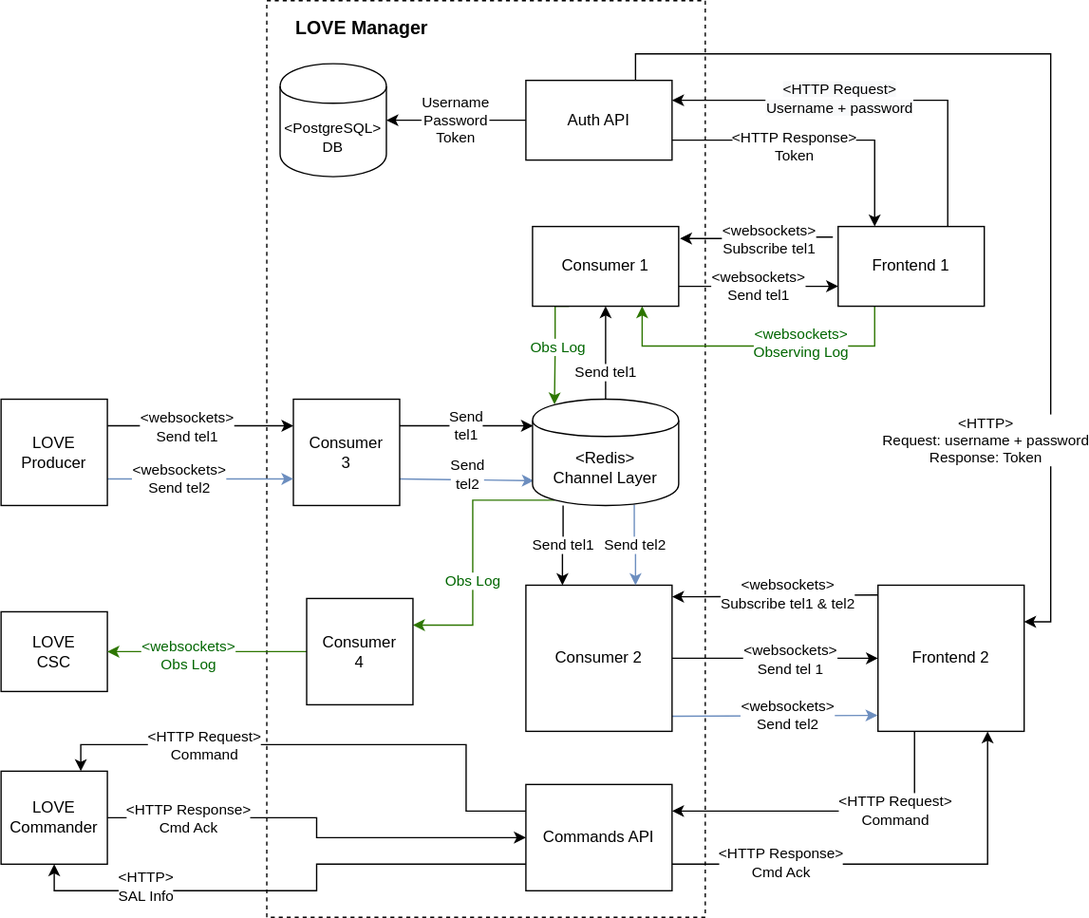
Earlier version of the draw.io export docsrc/source/assets/Manager_Details.svg (lsst-ts/LOVE-manager). Source tidied: cells renumbered, new cells last; positions are measured from the earlier drawing's top-left corner, leaving out a move shared by most shapes.
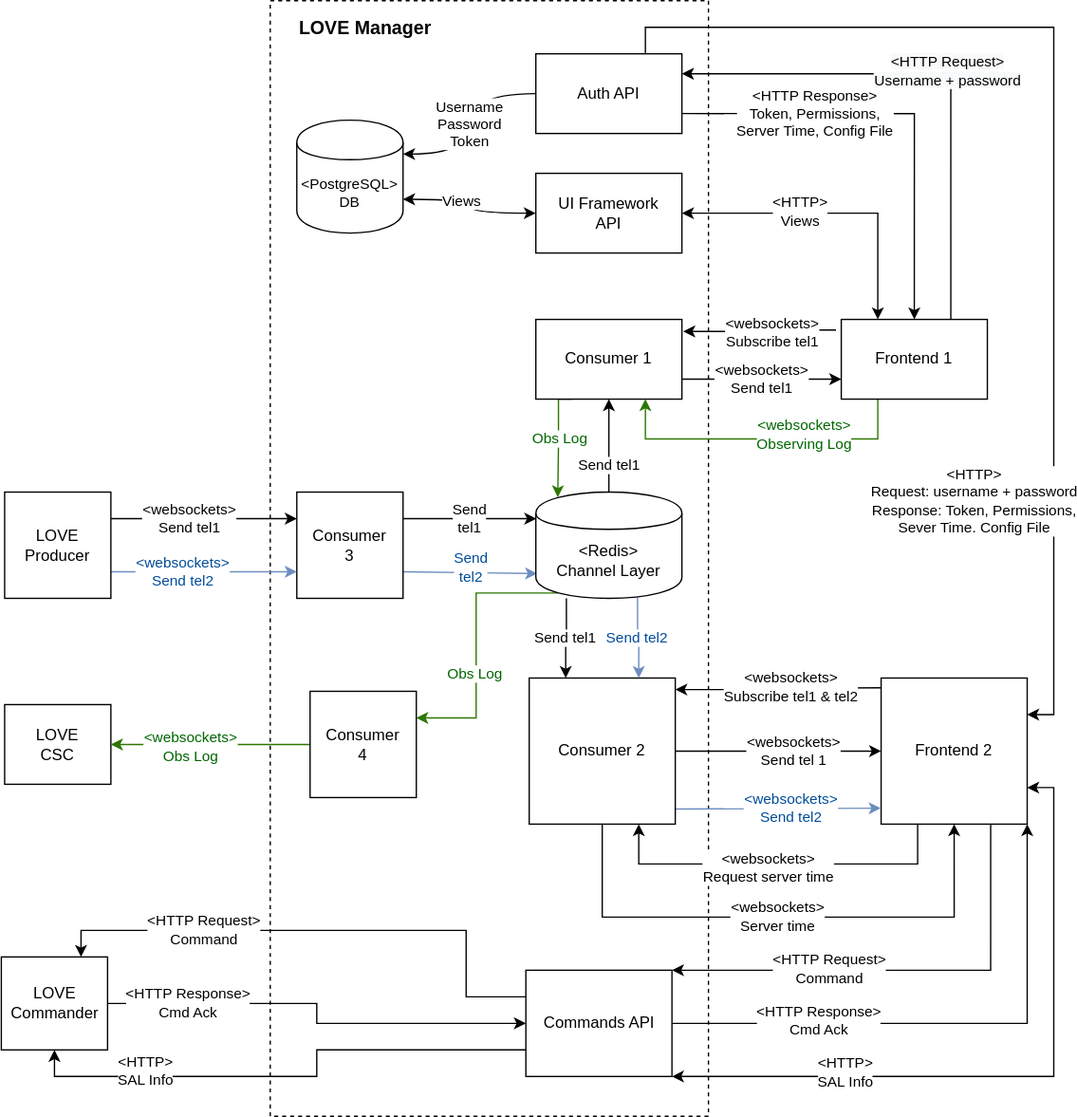
After the change.

Change to the diagram source:
```diff
@@ -3,7 +3,7 @@
     <mxCell id="0" />
     <mxCell id="1" parent="0" />
     <mxCell id="2" style="rounded=0;whiteSpace=wrap;html=1;fontSize=11;fillColor=none;dashed=1;" parent="1" vertex="1">
-      <mxGeometry x="200" width="330" height="690" as="geometry" />
+      <mxGeometry x="200" y="-70" width="330" height="840" as="geometry" />
     </mxCell>
     <mxCell id="3" style="edgeStyle=orthogonalEdgeStyle;rounded=0;jettySize=auto;html=1;exitX=-0.036;exitY=0.133;exitDx=0;exitDy=0;entryX=1.009;entryY=0.15;entryDx=0;entryDy=0;entryPerimeter=0;exitPerimeter=0;" parent="1" edge="1" source="9" target="13">
       <mxGeometry relative="1" as="geometry" />
@@ -16,7 +16,7 @@
     </mxCell>
     <mxCell id="6" value="&lt;span style=&quot;text-align: left ; background-color: rgb(248 , 249 , 250)&quot;&gt;&amp;lt;HTTP Request&amp;gt;&lt;br&gt;Username + password&lt;/span&gt;" style="edgeLabel;html=1;align=center;verticalAlign=middle;" parent="5" vertex="1">
       <mxGeometry x="0.01" y="-2" relative="1" as="geometry">
-        <mxPoint x="-24.5" as="offset" />
+        <mxPoint x="8.6" as="offset" />
       </mxGeometry>
     </mxCell>
     <mxCell id="7" style="edgeStyle=orthogonalEdgeStyle;rounded=0;jettySize=auto;html=1;entryX=0.75;entryY=1;entryDx=0;entryDy=0;exitX=0.25;exitY=1;exitDx=0;exitDy=0;fillColor=#60a917;strokeColor=#2D7600;" parent="1" edge="1" source="9" target="13">
@@ -60,14 +60,40 @@
         <mxPoint x="-7" as="offset" />
       </mxGeometry>
     </mxCell>
-    <mxCell id="16" style="edgeStyle=orthogonalEdgeStyle;rounded=0;jettySize=auto;html=1;entryX=1;entryY=0.25;entryDx=0;entryDy=0;exitX=0.25;exitY=1;exitDx=0;exitDy=0;" parent="1" edge="1" source="18" target="51">
-      <mxGeometry relative="1" as="geometry" />
+    <mxCell id="16" style="edgeStyle=orthogonalEdgeStyle;rounded=0;jettySize=auto;html=1;entryX=1;entryY=0;entryDx=0;entryDy=0;exitX=0.75;exitY=1;exitDx=0;exitDy=0;" parent="1" edge="1" source="18" target="51">
+      <mxGeometry relative="1" as="geometry">
+        <Array as="points">
+          <mxPoint x="742" y="660" />
+        </Array>
+      </mxGeometry>
     </mxCell>
     <mxCell id="17" value="&amp;lt;HTTP Request&amp;gt;&lt;br&gt;Command" style="edgeLabel;html=1;align=center;verticalAlign=middle;" parent="16" vertex="1">
       <mxGeometry x="-0.01" y="-1" relative="1" as="geometry">
-        <mxPoint x="44.8" as="offset" />
+        <mxPoint x="-58.5" as="offset" />
       </mxGeometry>
     </mxCell>
+    <mxCell id="59" style="edgeStyle=orthogonalEdgeStyle;rounded=0;jettySize=auto;html=1;exitX=0.25;exitY=1;exitDx=0;exitDy=0;entryX=0.75;entryY=1;entryDx=0;entryDy=0;" parent="1" edge="1" source="18" target="23">
+      <mxGeometry relative="1" as="geometry">
+        <Array as="points">
+          <mxPoint x="688" y="580" />
+          <mxPoint x="478" y="580" />
+        </Array>
+      </mxGeometry>
+    </mxCell>
+    <mxCell id="60" value="&amp;lt;websockets&amp;gt;&lt;br&gt;Request server time" style="edgeLabel;html=1;align=center;verticalAlign=middle;" parent="59" vertex="1">
+      <mxGeometry x="0.06" y="3" relative="1" as="geometry" />
+    </mxCell>
+    <mxCell id="61" style="edgeStyle=orthogonalEdgeStyle;rounded=0;jettySize=auto;html=1;exitX=1;exitY=0.75;exitDx=0;exitDy=0;entryX=1;entryY=1;entryDx=0;entryDy=0;startArrow=classic;startFill=1;" parent="1" edge="1" source="18" target="51">
+      <mxGeometry relative="1" as="geometry">
+        <Array as="points">
+          <mxPoint x="790" y="522" />
+          <mxPoint x="790" y="740" />
+        </Array>
+      </mxGeometry>
+    </mxCell>
+    <mxCell id="62" value="&amp;lt;HTTP&amp;gt;&lt;br&gt;SAL Info" style="edgeLabel;html=1;align=center;verticalAlign=middle;" parent="61" vertex="1">
+      <mxGeometry x="0.51" y="-3" relative="1" as="geometry" />
+    </mxCell>
     <mxCell id="18" value="Frontend 2" style="rounded=0;whiteSpace=wrap;html=1;" parent="1" vertex="1">
       <mxGeometry x="660" y="440" width="110" height="110" as="geometry" />
     </mxCell>
@@ -82,35 +108,47 @@
     <mxCell id="21" style="edgeStyle=none;rounded=0;jettySize=auto;html=1;exitX=0.988;exitY=0.897;exitDx=0;exitDy=0;entryX=-0.003;entryY=0.891;entryDx=0;entryDy=0;fontSize=11;fillColor=#dae8fc;strokeColor=#6c8ebf;entryPerimeter=0;exitPerimeter=0;" parent="1" edge="1" source="23" target="18">
       <mxGeometry relative="1" as="geometry" />
     </mxCell>
-    <mxCell id="22" value="&amp;lt;websockets&amp;gt;&lt;br&gt;Send tel2" style="text;html=1;align=center;verticalAlign=middle;labelBackgroundColor=#ffffff;fontSize=11;" parent="21" vertex="1">
+    <mxCell id="22" value="&lt;font color=&quot;#004c99&quot;&gt;&amp;lt;websockets&amp;gt;&lt;br&gt;Send tel2&lt;/font&gt;" style="text;html=1;align=center;verticalAlign=middle;labelBackgroundColor=#ffffff;fontSize=11;" parent="21" vertex="1">
       <mxGeometry x="0.13" y="2" relative="1" as="geometry">
         <mxPoint y="1" as="offset" />
       </mxGeometry>
     </mxCell>
+    <mxCell id="63" value="&amp;lt;websockets&amp;gt;&lt;br&gt;Server time" style="edgeStyle=orthogonalEdgeStyle;rounded=0;jettySize=auto;html=1;exitX=0.5;exitY=1;exitDx=0;exitDy=0;entryX=0.5;entryY=1;entryDx=0;entryDy=0;" parent="1" edge="1" source="23" target="18">
+      <mxGeometry relative="1" as="geometry">
+        <Array as="points">
+          <mxPoint x="450" y="620" />
+          <mxPoint x="715" y="620" />
+        </Array>
+      </mxGeometry>
+    </mxCell>
     <mxCell id="23" value="Consumer 2" style="rounded=0;whiteSpace=wrap;html=1;" parent="1" vertex="1">
       <mxGeometry x="395" y="440" width="110" height="110" as="geometry" />
     </mxCell>
-    <mxCell id="24" value="&amp;lt;HTTP Response&amp;gt;&lt;br&gt;Token" style="edgeStyle=orthogonalEdgeStyle;rounded=0;jettySize=auto;html=1;exitX=1;exitY=0.75;exitDx=0;exitDy=0;entryX=0.25;entryY=0;entryDx=0;entryDy=0;fontSize=11;" parent="1" edge="1" source="28" target="9">
-      <mxGeometry x="-0.15" y="-5" relative="1" as="geometry" />
+    <mxCell id="24" value="&amp;lt;HTTP Response&amp;gt;&lt;br&gt;Token,&amp;nbsp;Permissions,&lt;br&gt;Server Time, Config File" style="edgeStyle=orthogonalEdgeStyle;rounded=0;jettySize=auto;html=1;exitX=1;exitY=0.75;exitDx=0;exitDy=0;entryX=0.5;entryY=0;entryDx=0;entryDy=0;fontSize=11;" parent="1" edge="1" source="28" target="9">
+      <mxGeometry x="-0.39" relative="1" as="geometry">
+        <Array as="points">
+          <mxPoint x="685" y="15" />
+        </Array>
+      </mxGeometry>
     </mxCell>
-    <mxCell id="25" value="Username&lt;br&gt;Password&lt;br&gt;Token" style="edgeStyle=orthogonalEdgeStyle;curved=1;rounded=0;jettySize=auto;html=1;entryX=1;entryY=0.5;entryDx=0;entryDy=0;fontSize=11;" parent="1" edge="1" source="28" target="35">
+    <mxCell id="25" value="Username&lt;br&gt;Password&lt;br&gt;Token" style="edgeStyle=orthogonalEdgeStyle;curved=1;rounded=0;jettySize=auto;html=1;entryX=1;entryY=0.3;entryDx=0;entryDy=0;fontSize=11;" parent="1" edge="1" source="28" target="35">
       <mxGeometry relative="1" as="geometry" />
     </mxCell>
     <mxCell id="26" style="edgeStyle=orthogonalEdgeStyle;rounded=0;jettySize=auto;html=1;exitX=0.75;exitY=0;exitDx=0;exitDy=0;entryX=1;entryY=0.25;entryDx=0;entryDy=0;" parent="1" edge="1" source="28" target="18">
       <mxGeometry relative="1" as="geometry" />
     </mxCell>
-    <mxCell id="27" value="&amp;lt;HTTP&amp;gt;&lt;br&gt;Request: username + password&lt;br&gt;Response: Token" style="edgeLabel;html=1;align=center;verticalAlign=middle;" parent="26" vertex="1">
+    <mxCell id="27" value="&amp;lt;HTTP&amp;gt;&lt;br&gt;Request: username + password&lt;br&gt;Response: Token, Permissions,&lt;br&gt;Sever Time. Config File" style="edgeLabel;html=1;align=center;verticalAlign=middle;" parent="26" vertex="1">
       <mxGeometry x="0.46" y="-2" relative="1" as="geometry">
-        <mxPoint x="-48" y="53.5" as="offset" />
+        <mxPoint x="-58" y="53.5" as="offset" />
       </mxGeometry>
     </mxCell>
     <mxCell id="28" value="Auth API" style="rounded=0;whiteSpace=wrap;html=1;" parent="1" vertex="1">
-      <mxGeometry x="395" y="60" width="110" height="60" as="geometry" />
+      <mxGeometry x="400" y="-30" width="110" height="60" as="geometry" />
     </mxCell>
     <mxCell id="29" value="Send tel1" style="edgeStyle=orthogonalEdgeStyle;rounded=0;jettySize=auto;html=1;fontSize=11;exitX=0.5;exitY=0;exitDx=0;exitDy=0;entryX=0.5;entryY=1;entryDx=0;entryDy=0;" parent="1" edge="1" source="44" target="13">
       <mxGeometry x="-0.43" relative="1" as="geometry" />
     </mxCell>
-    <mxCell id="30" value="Send tel2" style="edgeStyle=orthogonalEdgeStyle;rounded=0;jettySize=auto;html=1;fontSize=11;entryX=0.75;entryY=0;entryDx=0;entryDy=0;exitX=0.696;exitY=0.992;exitDx=0;exitDy=0;fillColor=#dae8fc;strokeColor=#6c8ebf;exitPerimeter=0;" parent="1" edge="1" source="44" target="23">
+    <mxCell id="30" value="&lt;font color=&quot;#004c99&quot;&gt;Send tel2&lt;/font&gt;" style="edgeStyle=orthogonalEdgeStyle;rounded=0;jettySize=auto;html=1;fontSize=11;entryX=0.75;entryY=0;entryDx=0;entryDy=0;exitX=0.696;exitY=0.992;exitDx=0;exitDy=0;fillColor=#dae8fc;strokeColor=#6c8ebf;exitPerimeter=0;" parent="1" edge="1" source="44" target="23">
       <mxGeometry relative="1" as="geometry" />
     </mxCell>
     <mxCell id="31" value="Send&lt;br&gt;tel1" style="edgeStyle=orthogonalEdgeStyle;rounded=0;jettySize=auto;html=1;fontSize=11;entryX=0.003;entryY=0.25;entryDx=0;entryDy=0;exitX=1;exitY=0.25;exitDx=0;exitDy=0;entryPerimeter=0;" parent="1" edge="1" source="34" target="44">
@@ -119,7 +157,7 @@
     <mxCell id="32" style="edgeStyle=none;rounded=0;jettySize=auto;html=1;exitX=1;exitY=0.75;exitDx=0;exitDy=0;entryX=0.009;entryY=0.767;entryDx=0;entryDy=0;fontSize=11;fillColor=#dae8fc;strokeColor=#6c8ebf;entryPerimeter=0;" parent="1" edge="1" source="34" target="44">
       <mxGeometry relative="1" as="geometry" />
     </mxCell>
-    <mxCell id="33" value="Send&lt;br&gt;tel2" style="text;html=1;align=center;verticalAlign=middle;labelBackgroundColor=#ffffff;fontSize=11;" parent="32" vertex="1">
+    <mxCell id="33" value="&lt;font color=&quot;#004c99&quot;&gt;Send&lt;br&gt;tel2&lt;/font&gt;" style="text;html=1;align=center;verticalAlign=middle;labelBackgroundColor=#ffffff;fontSize=11;" parent="32" vertex="1">
       <mxGeometry x="0.22" y="4" relative="1" as="geometry">
         <mxPoint x="-11.4" as="offset" />
       </mxGeometry>
@@ -128,10 +166,10 @@
       <mxGeometry x="220" y="300" width="80" height="80" as="geometry" />
     </mxCell>
     <mxCell id="35" value="&amp;lt;PostgreSQL&amp;gt;&lt;br&gt;DB" style="shape=cylinder;whiteSpace=wrap;html=1;boundedLbl=1;backgroundOutline=1;fontSize=11;" parent="1" vertex="1">
-      <mxGeometry x="210" y="47.5" width="80" height="85" as="geometry" />
+      <mxGeometry x="220" y="20" width="80" height="85" as="geometry" />
     </mxCell>
     <mxCell id="36" value="&lt;b&gt;&lt;font style=&quot;font-size: 14px&quot;&gt;LOVE Manager&lt;/font&gt;&lt;/b&gt;" style="text;html=1;align=left;verticalAlign=top;spacingTop=-4;fontSize=11;" parent="1" vertex="1">
-      <mxGeometry x="220" y="10" width="120" height="20" as="geometry" />
+      <mxGeometry x="220" y="-60" width="120" height="20" as="geometry" />
     </mxCell>
     <mxCell id="37" style="rounded=0;jettySize=auto;html=1;entryX=0;entryY=0.25;entryDx=0;entryDy=0;fontSize=11;exitX=1;exitY=0.25;exitDx=0;exitDy=0;" parent="1" edge="1" source="40" target="34">
       <mxGeometry relative="1" as="geometry" />
@@ -141,7 +179,7 @@
         <mxPoint x="-23" y="1" as="offset" />
       </mxGeometry>
     </mxCell>
-    <mxCell id="39" value="&amp;lt;websockets&amp;gt;&lt;br&gt;Send tel2" style="edgeStyle=none;rounded=0;jettySize=auto;html=1;exitX=1;exitY=0.75;exitDx=0;exitDy=0;entryX=0;entryY=0.75;entryDx=0;entryDy=0;fontSize=11;fillColor=#dae8fc;strokeColor=#6c8ebf;" parent="1" edge="1" source="40" target="34">
+    <mxCell id="39" value="&lt;font color=&quot;#004c99&quot;&gt;&amp;lt;websockets&amp;gt;&lt;br&gt;Send tel2&lt;/font&gt;" style="edgeStyle=none;rounded=0;jettySize=auto;html=1;exitX=1;exitY=0.75;exitDx=0;exitDy=0;entryX=0;entryY=0.75;entryDx=0;entryDy=0;fontSize=11;fillColor=#dae8fc;strokeColor=#6c8ebf;" parent="1" edge="1" source="40" target="34">
       <mxGeometry x="-0.23" relative="1" as="geometry" />
     </mxCell>
     <mxCell id="40" value="LOVE Producer" style="rounded=0;whiteSpace=wrap;html=1;" parent="1" vertex="1">
@@ -161,7 +199,7 @@
     <mxCell id="44" value="&lt;span&gt;&amp;lt;Redis&amp;gt;&lt;/span&gt;&lt;br&gt;&lt;span&gt;Channel Layer&lt;/span&gt;" style="shape=cylinder;whiteSpace=wrap;html=1;boundedLbl=1;backgroundOutline=1;" parent="1" vertex="1">
       <mxGeometry x="400" y="300" width="110" height="80" as="geometry" />
     </mxCell>
-    <mxCell id="45" style="edgeStyle=orthogonalEdgeStyle;rounded=0;jettySize=auto;html=1;exitX=1;exitY=0.75;exitDx=0;exitDy=0;entryX=0.75;entryY=1;entryDx=0;entryDy=0;" parent="1" edge="1" source="51" target="18">
+    <mxCell id="45" style="edgeStyle=orthogonalEdgeStyle;rounded=0;jettySize=auto;html=1;exitX=1;exitY=0.5;exitDx=0;exitDy=0;entryX=1;entryY=1;entryDx=0;entryDy=0;" parent="1" edge="1" source="51" target="18">
       <mxGeometry relative="1" as="geometry" />
     </mxCell>
     <mxCell id="46" value="&amp;lt;HTTP Response&amp;gt;&lt;br&gt;Cmd Ack" style="edgeLabel;html=1;align=center;verticalAlign=middle;" parent="45" vertex="1">
@@ -172,9 +210,9 @@
     <mxCell id="47" style="edgeStyle=orthogonalEdgeStyle;rounded=0;jettySize=auto;html=1;exitX=0;exitY=0.25;exitDx=0;exitDy=0;entryX=0.75;entryY=0;entryDx=0;entryDy=0;" parent="1" edge="1" source="51" target="54">
       <mxGeometry relative="1" as="geometry">
         <Array as="points">
-          <mxPoint x="350" y="610" />
-          <mxPoint x="350" y="560" />
-          <mxPoint x="60" y="560" />
+          <mxPoint x="347.5" y="680" />
+          <mxPoint x="347.5" y="630" />
+          <mxPoint x="57.5" y="630" />
         </Array>
       </mxGeometry>
     </mxCell>
@@ -190,7 +228,7 @@
       <mxGeometry x="0.55" y="-4" relative="1" as="geometry" />
     </mxCell>
     <mxCell id="51" value="Commands API" style="rounded=0;whiteSpace=wrap;html=1;" parent="1" vertex="1">
-      <mxGeometry x="395" y="590" width="110" height="80" as="geometry" />
+      <mxGeometry x="392.5" y="660" width="110" height="80" as="geometry" />
     </mxCell>
     <mxCell id="52" style="edgeStyle=orthogonalEdgeStyle;rounded=0;jettySize=auto;html=1;exitX=1;exitY=0.5;exitDx=0;exitDy=0;entryX=0;entryY=0.5;entryDx=0;entryDy=0;" parent="1" edge="1" source="54" target="51">
       <mxGeometry relative="1" as="geometry" />
@@ -201,7 +239,7 @@
       </mxGeometry>
     </mxCell>
     <mxCell id="54" value="LOVE Commander" style="rounded=0;whiteSpace=wrap;html=1;" parent="1" vertex="1">
-      <mxGeometry y="580" width="80" height="70" as="geometry" />
+      <mxGeometry x="-2.5" y="650" width="80" height="70" as="geometry" />
     </mxCell>
     <mxCell id="55" value="LOVE&lt;br&gt;CSC" style="rounded=0;whiteSpace=wrap;html=1;" parent="1" vertex="1">
       <mxGeometry y="460" width="80" height="60" as="geometry" />
@@ -215,5 +253,20 @@
     <mxCell id="58" value="Consumer&lt;br&gt;4" style="rounded=0;whiteSpace=wrap;html=1;" parent="1" vertex="1">
       <mxGeometry x="230" y="450" width="80" height="80" as="geometry" />
     </mxCell>
+    <mxCell id="64" style="edgeStyle=orthogonalEdgeStyle;rounded=0;jettySize=auto;html=1;exitX=1;exitY=0.5;exitDx=0;exitDy=0;entryX=0.25;entryY=0;entryDx=0;entryDy=0;startArrow=classic;startFill=1;" parent="1" edge="1" source="68" target="9">
+      <mxGeometry relative="1" as="geometry" />
+    </mxCell>
+    <mxCell id="65" value="&amp;lt;HTTP&amp;gt;&lt;br&gt;Views" style="edgeLabel;html=1;align=center;verticalAlign=middle;" parent="64" vertex="1">
+      <mxGeometry x="-0.22" y="1" relative="1" as="geometry" />
+    </mxCell>
+    <mxCell id="66" style="edgeStyle=orthogonalEdgeStyle;rounded=0;jettySize=auto;html=1;exitX=0;exitY=0.5;exitDx=0;exitDy=0;startArrow=classic;startFill=1;curved=1;entryX=1;entryY=0.7;entryDx=0;entryDy=0;" parent="1" edge="1" source="68" target="35">
+      <mxGeometry relative="1" as="geometry" />
+    </mxCell>
+    <mxCell id="67" value="Views" style="edgeLabel;html=1;align=center;verticalAlign=middle;" parent="66" vertex="1">
+      <mxGeometry x="0.2" y="1" relative="1" as="geometry" />
+    </mxCell>
+    <mxCell id="68" value="UI Framework&lt;br&gt;API" style="rounded=0;whiteSpace=wrap;html=1;" parent="1" vertex="1">
+      <mxGeometry x="400" y="60" width="110" height="60" as="geometry" />
+    </mxCell>
   </root>
 </mxGraphModel>
```
